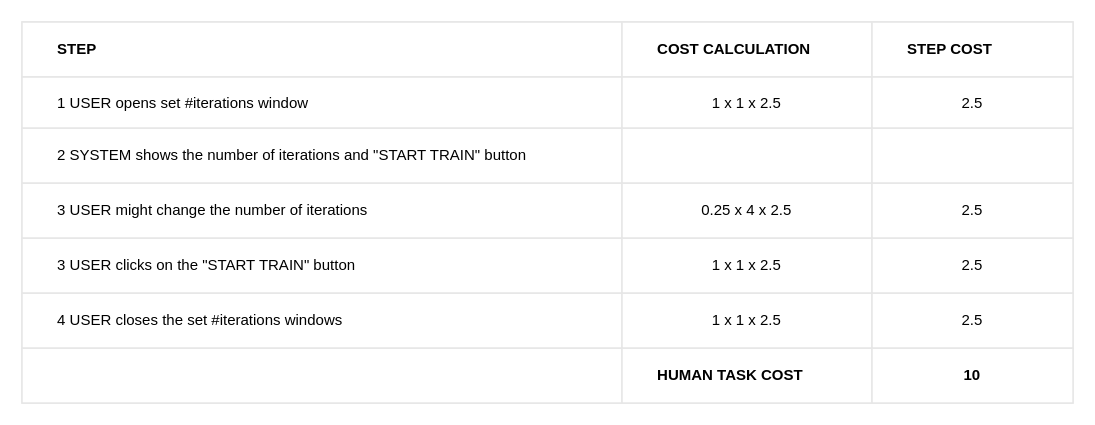
Earlier version of the draw.io diagram set iteration (Bello)/set_iterations_table.drawio (BaffoBello14/AutomaticDamagesRecognition). Source tidied: cells renumbered, new cells numbered last; positions are measured from the earlier drawing's top-left corner, leaving out a move shared by most shapes. Both pictures are drawn from the tidied source at 125%, with x=0, y=0 at pixel (21, 21).
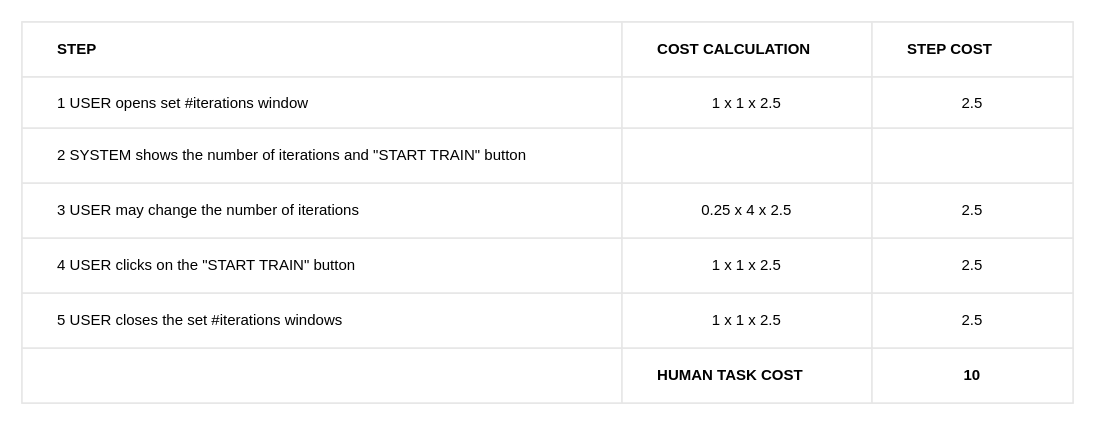
After the change.

Unchanged cells that the change refers to:
```xml
<mxCell id="15" style="shape=tableRow;horizontal=0;startSize=0;swimlaneHead=0;swimlaneBody=0;top=0;left=0;bottom=0;right=0;fontStyle=0;fillColor=none;strokeColor=inherit;" parent="2" vertex="1">
  <mxGeometry y="129" width="841" height="44" as="geometry" />
</mxCell>
<mxCell id="19" style="shape=tableRow;horizontal=0;startSize=0;swimlaneHead=0;swimlaneBody=0;top=0;left=0;bottom=0;right=0;fontStyle=0;fillColor=none;strokeColor=inherit;" parent="2" vertex="1">
  <mxGeometry y="173" width="841" height="44" as="geometry" />
</mxCell>
<mxCell id="23" style="shape=tableRow;horizontal=0;startSize=0;swimlaneHead=0;swimlaneBody=0;top=0;left=0;bottom=0;right=0;fontStyle=0;fillColor=none;strokeColor=inherit;" parent="2" vertex="1">
  <mxGeometry y="217" width="841" height="44" as="geometry" />
</mxCell>
```

Diff of the diagram source:
```diff
@@
-    <mxCell id="16" value="&lt;span style=&quot;white-space: pre;&quot;&gt;&#9;&lt;/span&gt;3 USER might change the number of iterations" style="strokeColor=inherit;fillColor=none;align=left;whiteSpace=wrap;html=1;" parent="15" vertex="1">
+    <mxCell id="16" value="&lt;span style=&quot;white-space: pre;&quot;&gt;&#9;&lt;/span&gt;3&amp;nbsp;USER may change the number of iterations" style="strokeColor=inherit;fillColor=none;align=left;whiteSpace=wrap;html=1;" parent="15" vertex="1">
       <mxGeometry width="480" height="44" as="geometry" />
     </mxCell>
@@
-    <mxCell id="20" value="&lt;span style=&quot;&quot;&gt;&lt;span style=&quot;white-space: pre;&quot;&gt;&amp;nbsp;&amp;nbsp;&amp;nbsp;&amp;nbsp;&lt;span style=&quot;white-space: pre;&quot;&gt;&#9;&lt;/span&gt;&lt;/span&gt;&lt;/span&gt;3 USER clicks on the &quot;START TRAIN&quot; button" style="strokeColor=inherit;fillColor=none;align=left;whiteSpace=wrap;html=1;" parent="19" vertex="1">
+    <mxCell id="20" value="&lt;span style=&quot;&quot;&gt;&lt;span style=&quot;white-space: pre;&quot;&gt;&amp;nbsp;&amp;nbsp;&amp;nbsp;&amp;nbsp;&lt;span style=&quot;white-space: pre;&quot;&gt;&#9;&lt;/span&gt;4&lt;/span&gt;&lt;/span&gt;&amp;nbsp;USER clicks on the &quot;START TRAIN&quot; button" style="strokeColor=inherit;fillColor=none;align=left;whiteSpace=wrap;html=1;" parent="19" vertex="1">
       <mxGeometry width="480" height="44" as="geometry" />
     </mxCell>
@@
-    <mxCell id="24" value="&lt;span style=&quot;white-space: pre;&quot;&gt;&#9;&lt;/span&gt;4 USER closes the set #iterations windows" style="strokeColor=inherit;fillColor=none;align=left;whiteSpace=wrap;html=1;" parent="23" vertex="1">
+    <mxCell id="24" value="&lt;span style=&quot;white-space: pre;&quot;&gt;&#9;&lt;/span&gt;5&amp;nbsp;USER closes the set #iterations windows" style="strokeColor=inherit;fillColor=none;align=left;whiteSpace=wrap;html=1;" parent="23" vertex="1">
       <mxGeometry width="480" height="44" as="geometry" />
     </mxCell>
```
